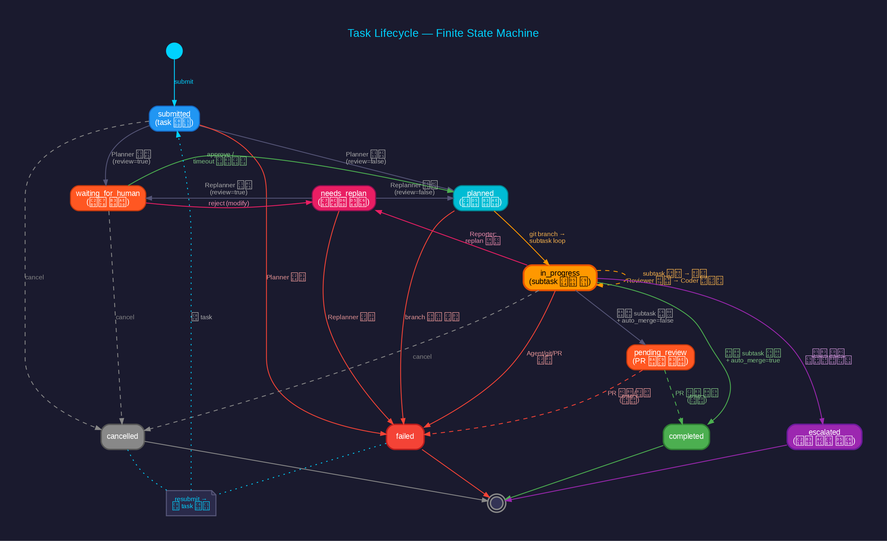
Before: docs/images/task-lifecycle-fsm.png, a diagram exported from Graphviz (seungkeolkim/claude-agent-coding). Its source is kept beside it as docs/images/task-lifecycle-fsm.dot.
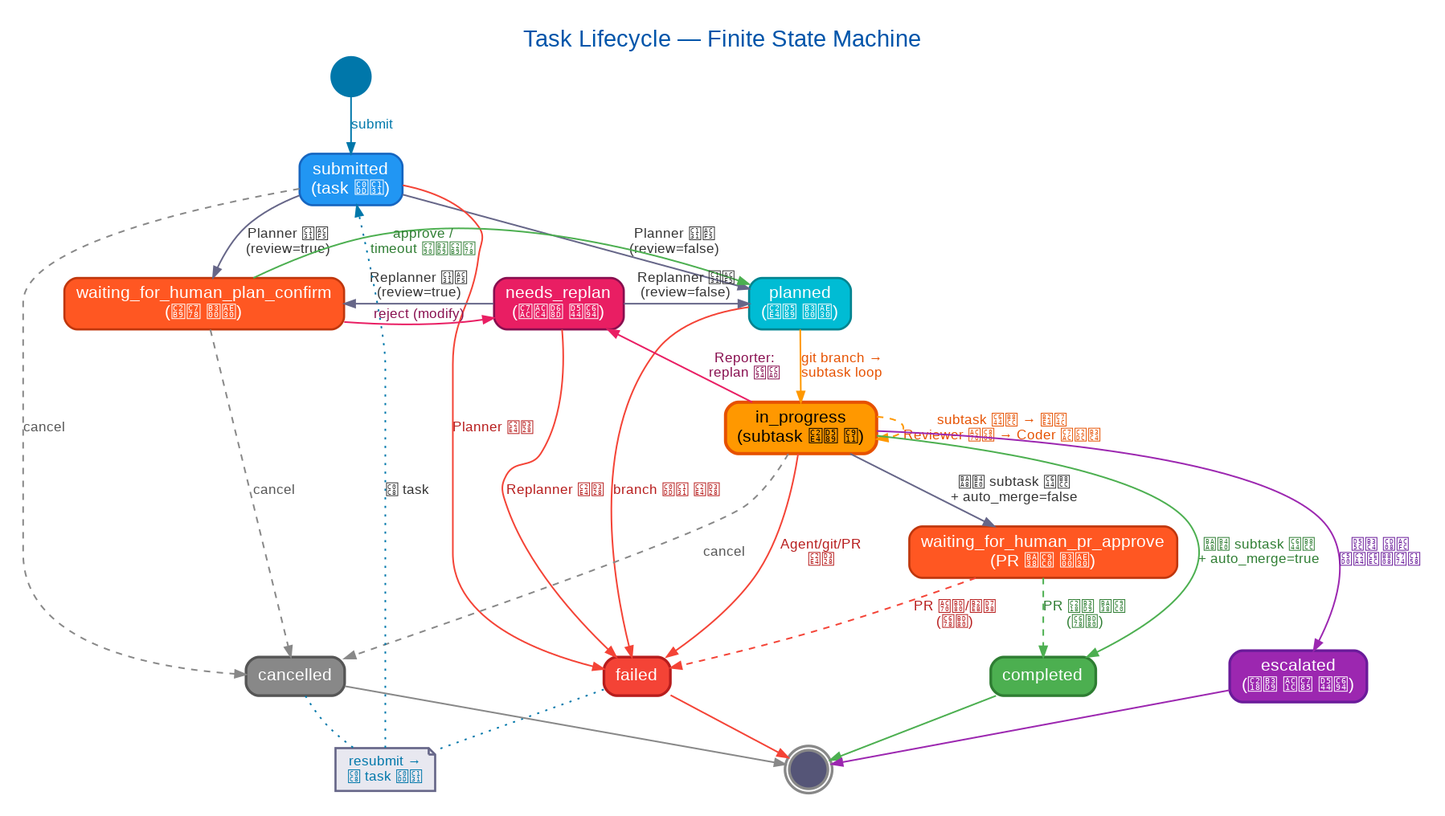
The same diagram one commit later.

Change to the diagram source:
```diff
@@ -1,31 +1,33 @@
 digraph TaskLifecycle {
     rankdir=TB;
-    bgcolor="#1a1a2e";
+    bgcolor="white";
     fontname="Segoe UI, Arial, sans-serif";
-    pad=0.5;
-    nodesep=0.6;
-    ranksep=0.8;
+    pad=0.3;
+    nodesep=0.35;
+    ranksep=0.55;
 
     node [
         fontname="Segoe UI, Arial, sans-serif"
-        fontsize=11
+        fontsize=16
         style="filled,rounded"
         shape=box
-        penwidth=1.5
+        penwidth=2
+        margin="0.15,0.08"
+        height=0.5
     ];
 
     edge [
         fontname="Segoe UI, Arial, sans-serif"
-        fontsize=9
-        fontcolor="#b0b0b0"
-        color="#555577"
-        penwidth=1.2
-        arrowsize=0.8
+        fontsize=13
+        fontcolor="#333333"
+        color="#666688"
+        penwidth=1.5
+        arrowsize=1.0
     ];
 
 
-    start [label="" shape=circle width=0.3 fillcolor="#00d2ff" color="#00d2ff" penwidth=2];
-    end [label="" shape=doublecircle width=0.25 fillcolor="#333355" color="#888888" penwidth=2];
+    start [label="" shape=circle width=0.4 fillcolor="#0077aa" color="#0077aa" penwidth=2.5];
+    end [label="" shape=doublecircle width=0.35 fillcolor="#555577" color="#888888" penwidth=2.5];
 
     submitted [
         label="submitted\n(task 생성)"
@@ -41,8 +43,8 @@
         color="#00838F"
     ];
 
-    waiting_for_human [
-        label="waiting_for_human\n(승인 대기)"
+    waiting_for_human_plan_confirm [
+        label="waiting_for_human_plan_confirm\n(승인 대기)"
         fillcolor="#FF5722"
         fontcolor="white"
         color="#BF360C"
@@ -60,11 +62,11 @@
         fillcolor="#FF9800"
         fontcolor="black"
         color="#E65100"
-        penwidth=2.5
+        penwidth=3
     ];
 
-    pending_review [
-        label="pending_review\n(PR 머지 대기)"
+    waiting_for_human_pr_approve [
+        label="waiting_for_human_pr_approve\n(PR 머지 대기)"
         fillcolor="#FF5722"
         fontcolor="white"
         color="#BF360C"
@@ -75,7 +77,7 @@
         fillcolor="#4CAF50"
         fontcolor="white"
         color="#2E7D32"
-        penwidth=2
+        penwidth=2.5
     ];
 
     failed [
@@ -83,7 +85,7 @@
         fillcolor="#F44336"
         fontcolor="white"
         color="#B71C1C"
-        penwidth=2
+        penwidth=2.5
     ];
 
     cancelled [
@@ -91,7 +93,7 @@
         fillcolor="#888888"
         fontcolor="white"
         color="#555555"
-        penwidth=2
+        penwidth=2.5
     ];
 
     escalated [
@@ -99,71 +101,71 @@
         fillcolor="#9C27B0"
         fontcolor="white"
         color="#6A1B9A"
-        penwidth=2
+        penwidth=2.5
     ];
 
     resubmit_note [
         label="resubmit →\n새 task 생성"
         shape=note
-        fillcolor="#2a2a4a"
-        fontcolor="#00d2ff"
-        color="#555577"
-        fontsize=9
+        fillcolor="#e8e8f0"
+        fontcolor="#0077aa"
+        color="#666688"
+        fontsize=13
     ];
 
 
-    start -> submitted [label="submit" color="#00d2ff" fontcolor="#00d2ff"];
+    start -> submitted [label="submit" color="#0077aa" fontcolor="#0077aa"];
 
     submitted -> planned [label="Planner 성공\n(review=false)"];
-    submitted -> waiting_for_human [label="Planner 성공\n(review=true)"];
-    submitted -> failed [label="Planner 실패" color="#F44336" fontcolor="#ef9a9a"];
-    submitted -> cancelled [label="cancel" style=dashed color="#888888" fontcolor="#888888"];
+    submitted -> waiting_for_human_plan_confirm [label="Planner 성공\n(review=true)"];
+    submitted -> failed [label="Planner 실패" color="#F44336" fontcolor="#B71C1C"];
+    submitted -> cancelled [label="cancel" style=dashed color="#888888" fontcolor="#555555"];
 
-    waiting_for_human -> planned [label="approve /\ntimeout 자동승인" color="#4CAF50" fontcolor="#81C784"];
-    waiting_for_human -> needs_replan [label="reject (modify)" color="#E91E63" fontcolor="#F48FB1"];
-    waiting_for_human -> cancelled [label="cancel" style=dashed color="#888888" fontcolor="#888888"];
+    waiting_for_human_plan_confirm -> planned [label="approve /\ntimeout 자동승인" color="#4CAF50" fontcolor="#2E7D32"];
+    waiting_for_human_plan_confirm -> needs_replan [label="reject (modify)" color="#E91E63" fontcolor="#880E4F"];
+    waiting_for_human_plan_confirm -> cancelled [label="cancel" style=dashed color="#888888" fontcolor="#555555"];
 
-    needs_replan -> waiting_for_human [label="Replanner 성공\n(review=true)"];
+    needs_replan -> waiting_for_human_plan_confirm [label="Replanner 성공\n(review=true)"];
     needs_replan -> planned [label="Replanner 성공\n(review=false)"];
-    needs_replan -> failed [label="Replanner 실패" color="#F44336" fontcolor="#ef9a9a"];
+    needs_replan -> failed [label="Replanner 실패" color="#F44336" fontcolor="#B71C1C"];
 
-    planned -> in_progress [label="git branch →\nsubtask loop" color="#FF9800" fontcolor="#FFB74D"];
-    planned -> failed [label="branch 생성 실패" color="#F44336" fontcolor="#ef9a9a"];
+    planned -> in_progress [label="git branch →\nsubtask loop" color="#FF9800" fontcolor="#E65100"];
+    planned -> failed [label="branch 생성 실패" color="#F44336" fontcolor="#B71C1C"];
 
     in_progress -> in_progress [
         label="subtask 완료 → 다음\nReviewer 거절 → Coder 재시도"
         color="#FF9800"
-        fontcolor="#FFB74D"
+        fontcolor="#E65100"
         style=dashed
     ];
 
-    in_progress -> completed [label="모든 subtask 완료\n+ auto_merge=true" color="#4CAF50" fontcolor="#81C784"];
-    in_progress -> pending_review [label="모든 subtask 완료\n+ auto_merge=false"];
-    in_progress -> needs_replan [label="Reporter:\nreplan 요청" color="#E91E63" fontcolor="#F48FB1"];
-    in_progress -> escalated [label="한도 초과\n에스컬레이션" color="#9C27B0" fontcolor="#CE93D8"];
-    in_progress -> failed [label="Agent/git/PR\n실패" color="#F44336" fontcolor="#ef9a9a"];
-    in_progress -> cancelled [label="cancel" style=dashed color="#888888" fontcolor="#888888"];
+    in_progress -> completed [label="모든 subtask 완료\n+ auto_merge=true" color="#4CAF50" fontcolor="#2E7D32"];
+    in_progress -> waiting_for_human_pr_approve [label="모든 subtask 완료\n+ auto_merge=false"];
+    in_progress -> needs_replan [label="Reporter:\nreplan 요청" color="#E91E63" fontcolor="#880E4F"];
+    in_progress -> escalated [label="한도 초과\n에스컬레이션" color="#9C27B0" fontcolor="#6A1B9A"];
+    in_progress -> failed [label="Agent/git/PR\n실패" color="#F44336" fontcolor="#B71C1C"];
+    in_progress -> cancelled [label="cancel" style=dashed color="#888888" fontcolor="#555555"];
 
-    pending_review -> completed [label="PR 수동 머지\n(외부)" color="#4CAF50" fontcolor="#81C784" style=dashed];
-    pending_review -> failed [label="PR 거부/닫힘\n(외부)" color="#F44336" fontcolor="#ef9a9a" style=dashed];
+    waiting_for_human_pr_approve -> completed [label="PR 수동 머지\n(외부)" color="#4CAF50" fontcolor="#2E7D32" style=dashed];
+    waiting_for_human_pr_approve -> failed [label="PR 거부/닫힘\n(외부)" color="#F44336" fontcolor="#B71C1C" style=dashed];
 
     completed -> end [color="#4CAF50"];
     failed -> end [color="#F44336"];
     cancelled -> end [color="#888888"];
     escalated -> end [color="#9C27B0"];
 
-    failed -> resubmit_note [style=dotted color="#00d2ff" arrowhead=none];
-    cancelled -> resubmit_note [style=dotted color="#00d2ff" arrowhead=none];
-    resubmit_note -> submitted [style=dotted color="#00d2ff" label="새 task"];
+    failed -> resubmit_note [style=dotted color="#0077aa" arrowhead=none];
+    cancelled -> resubmit_note [style=dotted color="#0077aa" arrowhead=none];
+    resubmit_note -> submitted [style=dotted color="#0077aa" label="새 task"];
 
     { rank=same; submitted }
-    { rank=same; waiting_for_human; planned; needs_replan }
+    { rank=same; waiting_for_human_plan_confirm; planned; needs_replan }
     { rank=same; in_progress }
-    { rank=same; pending_review }
+    { rank=same; waiting_for_human_pr_approve }
     { rank=same; completed; failed; cancelled; escalated }
 
     labelloc=t;
     label="Task Lifecycle — Finite State Machine";
-    fontsize=16;
-    fontcolor="#00d2ff";
+    fontsize=22;
+    fontcolor="#0055aa";
 }
```
